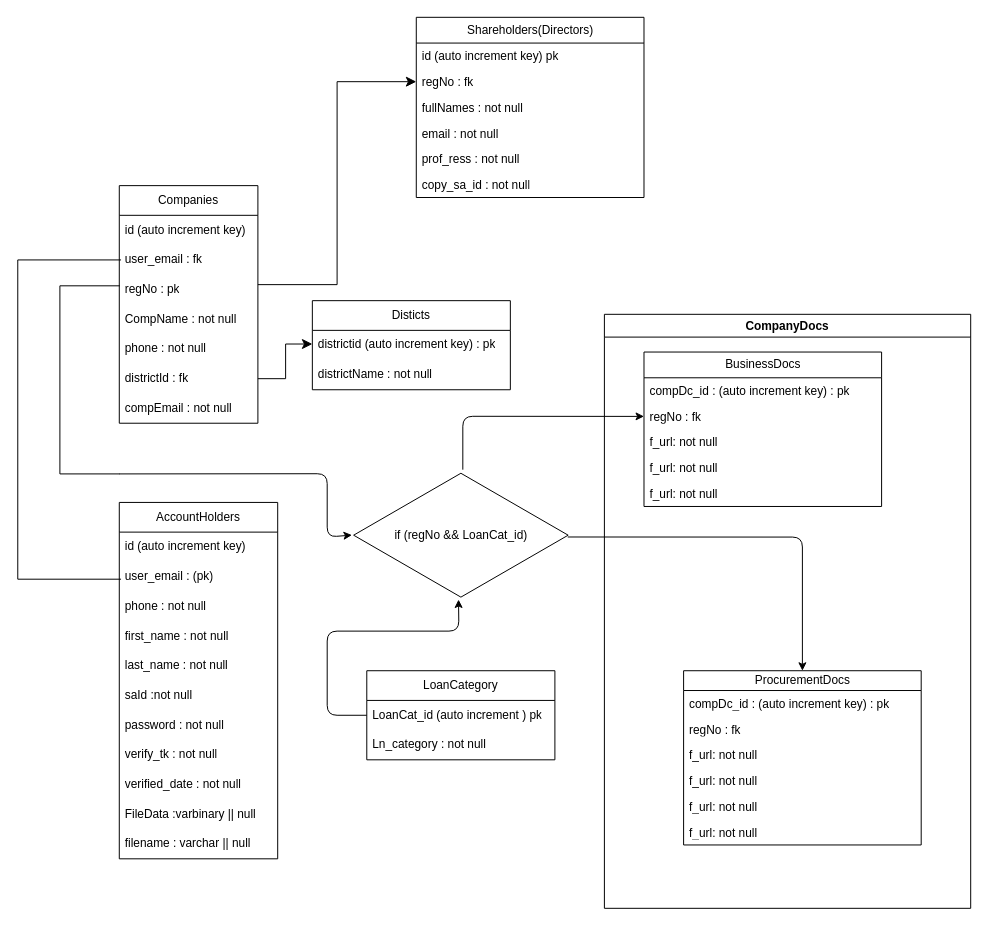
The draw.io diagram database.drawio in FutureKgaphola/edfd_accounts, before the edit. Source tidied: cells renumbered, new cells numbered last; positions are measured from the earlier drawing's top-left corner, leaving out a move shared by most shapes. Both pictures are drawn from the tidied source at 99%, with x=0, y=0 at pixel (-91, 17).
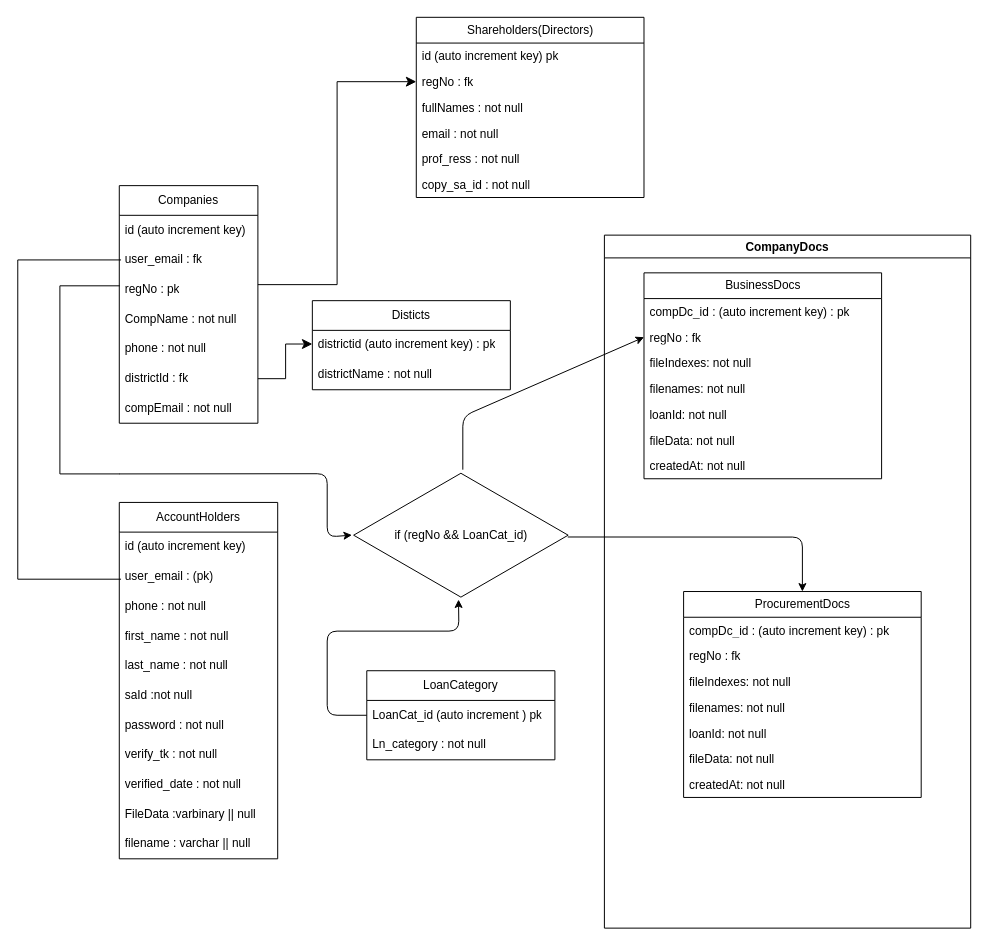
The same page after the edit.

The change refers to these unchanged cells:
```xml
<mxCell id="57" value="if (regNo &amp;amp;&amp;amp; LoanCat_id)" style="html=1;whiteSpace=wrap;shape=isoRectangle;" parent="1" vertex="1">
  <mxGeometry x="448.7" y="458.1" width="216.7" height="130" as="geometry" />
</mxCell>
```

Diff of the diagram source:
```diff
@@
     <mxCell id="41" value="CompanyDocs" style="swimlane;" parent="1" vertex="1">
-      <mxGeometry x="702" y="300" width="370" height="600" as="geometry" />
+      <mxGeometry x="702" y="220" width="370" height="700" as="geometry" />
     </mxCell>
     <mxCell id="42" value="BusinessDocs" style="swimlane;fontStyle=0;horizontal=1;startSize=26;fillColor=none;html=1;" parent="41" vertex="1">
-      <mxGeometry x="40" y="38.1" width="240" height="156" as="geometry" />
+      <mxGeometry x="40" y="38.1" width="240" height="208" as="geometry" />
     </mxCell>
@@
-    <mxCell id="45" value="f_url: not null&amp;nbsp;" style="text;strokeColor=none;fillColor=none;align=left;verticalAlign=top;spacingLeft=4;spacingRight=4;overflow=hidden;whiteSpace=wrap;html=1;" parent="42" vertex="1">
+    <mxCell id="45" value="fileIndexes: not null&amp;nbsp;" style="text;strokeColor=none;fillColor=none;align=left;verticalAlign=top;spacingLeft=4;spacingRight=4;overflow=hidden;whiteSpace=wrap;html=1;" parent="42" vertex="1">
       <mxGeometry y="78" width="240" height="26" as="geometry" />
     </mxCell>
-    <mxCell id="46" value="f_url: not null&amp;nbsp;" style="text;strokeColor=none;fillColor=none;align=left;verticalAlign=top;spacingLeft=4;spacingRight=4;overflow=hidden;whiteSpace=wrap;html=1;" parent="42" vertex="1">
+    <mxCell id="46" value="filenames: not null&amp;nbsp;" style="text;strokeColor=none;fillColor=none;align=left;verticalAlign=top;spacingLeft=4;spacingRight=4;overflow=hidden;whiteSpace=wrap;html=1;" parent="42" vertex="1">
       <mxGeometry y="104" width="240" height="26" as="geometry" />
     </mxCell>
-    <mxCell id="47" value="f_url: not null&amp;nbsp;" style="text;strokeColor=none;fillColor=none;align=left;verticalAlign=top;spacingLeft=4;spacingRight=4;overflow=hidden;whiteSpace=wrap;html=1;" parent="42" vertex="1">
+    <mxCell id="47" value="loanId: not null&amp;nbsp;" style="text;strokeColor=none;fillColor=none;align=left;verticalAlign=top;spacingLeft=4;spacingRight=4;overflow=hidden;whiteSpace=wrap;html=1;" parent="42" vertex="1">
       <mxGeometry y="130" width="240" height="26" as="geometry" />
     </mxCell>
+    <mxCell id="58" value="fileData: not null&amp;nbsp;" style="text;strokeColor=none;fillColor=none;align=left;verticalAlign=top;spacingLeft=4;spacingRight=4;overflow=hidden;whiteSpace=wrap;html=1;" parent="42" vertex="1">
+      <mxGeometry y="156" width="240" height="26" as="geometry" />
+    </mxCell>
+    <mxCell id="59" value="createdAt: not null&amp;nbsp;" style="text;strokeColor=none;fillColor=none;align=left;verticalAlign=top;spacingLeft=4;spacingRight=4;overflow=hidden;whiteSpace=wrap;html=1;" parent="42" vertex="1">
+      <mxGeometry y="182" width="240" height="26" as="geometry" />
+    </mxCell>
-    <mxCell id="48" value="ProcurementDocs" style="swimlane;fontStyle=0;horizontal=1;startSize=20;fillColor=none;html=1;" parent="41" vertex="1">
-      <mxGeometry x="80" y="360" width="240" height="176" as="geometry" />
+    <mxCell id="48" value="ProcurementDocs" style="swimlane;fontStyle=0;horizontal=1;startSize=26;fillColor=none;html=1;" parent="41" vertex="1">
+      <mxGeometry x="80" y="360" width="240" height="208" as="geometry" />
     </mxCell>
     <mxCell id="49" value="compDc_id : (auto increment key) : pk" style="text;strokeColor=none;fillColor=none;align=left;verticalAlign=top;spacingLeft=4;spacingRight=4;overflow=hidden;whiteSpace=wrap;html=1;" parent="48" vertex="1">
-      <mxGeometry y="20" width="240" height="26" as="geometry" />
+      <mxGeometry y="26" width="240" height="26" as="geometry" />
     </mxCell>
     <mxCell id="50" value="regNo : fk" style="text;strokeColor=none;fillColor=none;align=left;verticalAlign=top;spacingLeft=4;spacingRight=4;overflow=hidden;whiteSpace=wrap;html=1;" parent="48" vertex="1">
-      <mxGeometry y="46" width="240" height="26" as="geometry" />
+      <mxGeometry y="52" width="240" height="26" as="geometry" />
     </mxCell>
-    <mxCell id="51" value="f_url: not null&amp;nbsp;" style="text;strokeColor=none;fillColor=none;align=left;verticalAlign=top;spacingLeft=4;spacingRight=4;overflow=hidden;whiteSpace=wrap;html=1;" parent="48" vertex="1">
-      <mxGeometry y="72" width="240" height="26" as="geometry" />
-    </mxCell>
-    <mxCell id="52" value="f_url: not null&amp;nbsp;" style="text;strokeColor=none;fillColor=none;align=left;verticalAlign=top;spacingLeft=4;spacingRight=4;overflow=hidden;whiteSpace=wrap;html=1;" parent="48" vertex="1">
-      <mxGeometry y="98" width="240" height="26" as="geometry" />
-    </mxCell>
-    <mxCell id="53" value="f_url: not null&amp;nbsp;" style="text;strokeColor=none;fillColor=none;align=left;verticalAlign=top;spacingLeft=4;spacingRight=4;overflow=hidden;whiteSpace=wrap;html=1;" parent="48" vertex="1">
-      <mxGeometry y="124" width="240" height="26" as="geometry" />
-    </mxCell>
-    <mxCell id="54" value="f_url: not null&amp;nbsp;" style="text;strokeColor=none;fillColor=none;align=left;verticalAlign=top;spacingLeft=4;spacingRight=4;overflow=hidden;whiteSpace=wrap;html=1;" parent="48" vertex="1">
-      <mxGeometry y="150" width="240" height="26" as="geometry" />
-    </mxCell>
+    <mxCell id="60" value="fileIndexes: not null&amp;nbsp;" style="text;strokeColor=none;fillColor=none;align=left;verticalAlign=top;spacingLeft=4;spacingRight=4;overflow=hidden;whiteSpace=wrap;html=1;" parent="48" vertex="1">
+      <mxGeometry y="78" width="240" height="26" as="geometry" />
+    </mxCell>
+    <mxCell id="61" value="filenames: not null&amp;nbsp;" style="text;strokeColor=none;fillColor=none;align=left;verticalAlign=top;spacingLeft=4;spacingRight=4;overflow=hidden;whiteSpace=wrap;html=1;" parent="48" vertex="1">
+      <mxGeometry y="104" width="240" height="26" as="geometry" />
+    </mxCell>
+    <mxCell id="62" value="loanId: not null&amp;nbsp;" style="text;strokeColor=none;fillColor=none;align=left;verticalAlign=top;spacingLeft=4;spacingRight=4;overflow=hidden;whiteSpace=wrap;html=1;" parent="48" vertex="1">
+      <mxGeometry y="130" width="240" height="26" as="geometry" />
+    </mxCell>
+    <mxCell id="63" value="fileData: not null&amp;nbsp;" style="text;strokeColor=none;fillColor=none;align=left;verticalAlign=top;spacingLeft=4;spacingRight=4;overflow=hidden;whiteSpace=wrap;html=1;" parent="48" vertex="1">
+      <mxGeometry y="156" width="240" height="26" as="geometry" />
+    </mxCell>
+    <mxCell id="64" value="createdAt: not null&amp;nbsp;" style="text;strokeColor=none;fillColor=none;align=left;verticalAlign=top;spacingLeft=4;spacingRight=4;overflow=hidden;whiteSpace=wrap;html=1;" parent="48" vertex="1">
+      <mxGeometry y="182" width="240" height="26" as="geometry" />
+    </mxCell>
-    <mxCell id="55" style="edgeStyle=none;html=1;entryX=0.5;entryY=0;entryDx=0;entryDy=0;exitX=0.998;exitY=0.514;exitDx=0;exitDy=0;exitPerimeter=0;" parent="1" edge="1" source="57" target="48">
+    <mxCell id="55" style="edgeStyle=none;html=1;exitX=0.998;exitY=0.514;exitDx=0;exitDy=0;exitPerimeter=0;entryX=0.5;entryY=0;entryDx=0;entryDy=0;" parent="1" edge="1" source="57" target="48">
       <mxGeometry relative="1" as="geometry">
         <Array as="points">
           <mxPoint x="902" y="525" />
         </Array>
       </mxGeometry>
     </mxCell>
```
